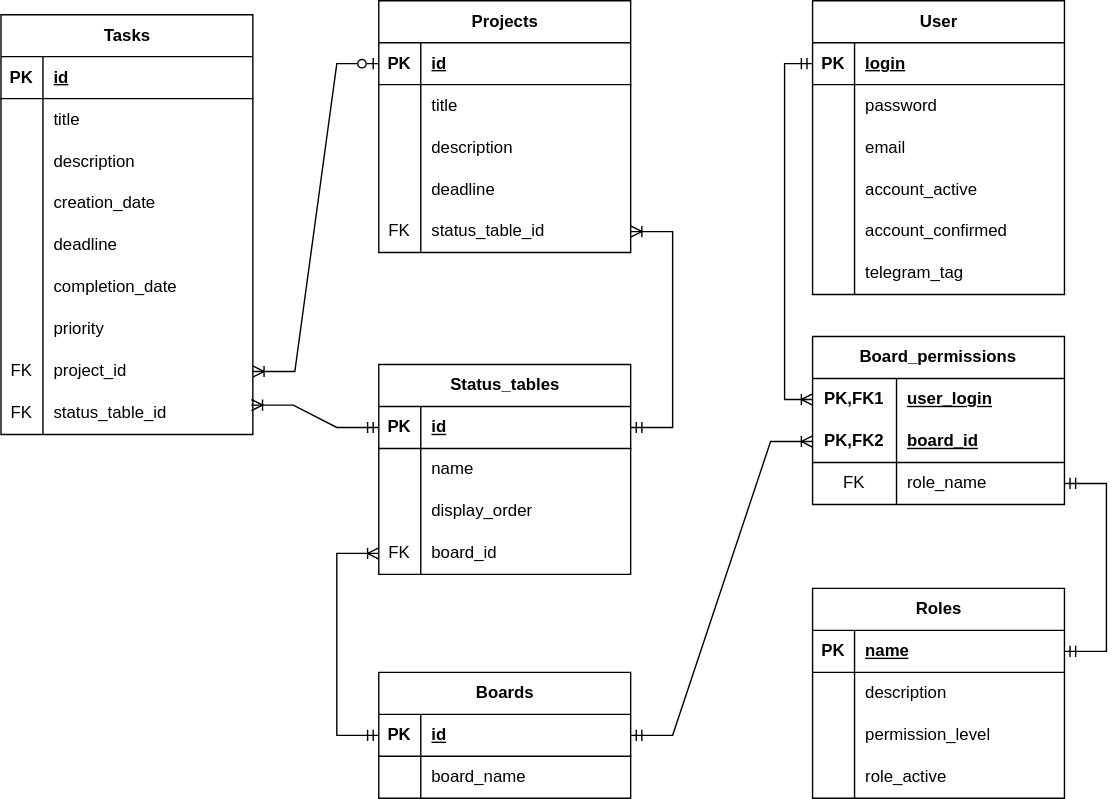
Earlier version of the draw.io export documentation/dataSchemas/LogicalSchema.svg (Leerv474/PeachNote). Source tidied: cells renumbered, new cells last; positions are measured from the earlier drawing's top-left corner, leaving out a move shared by most shapes.
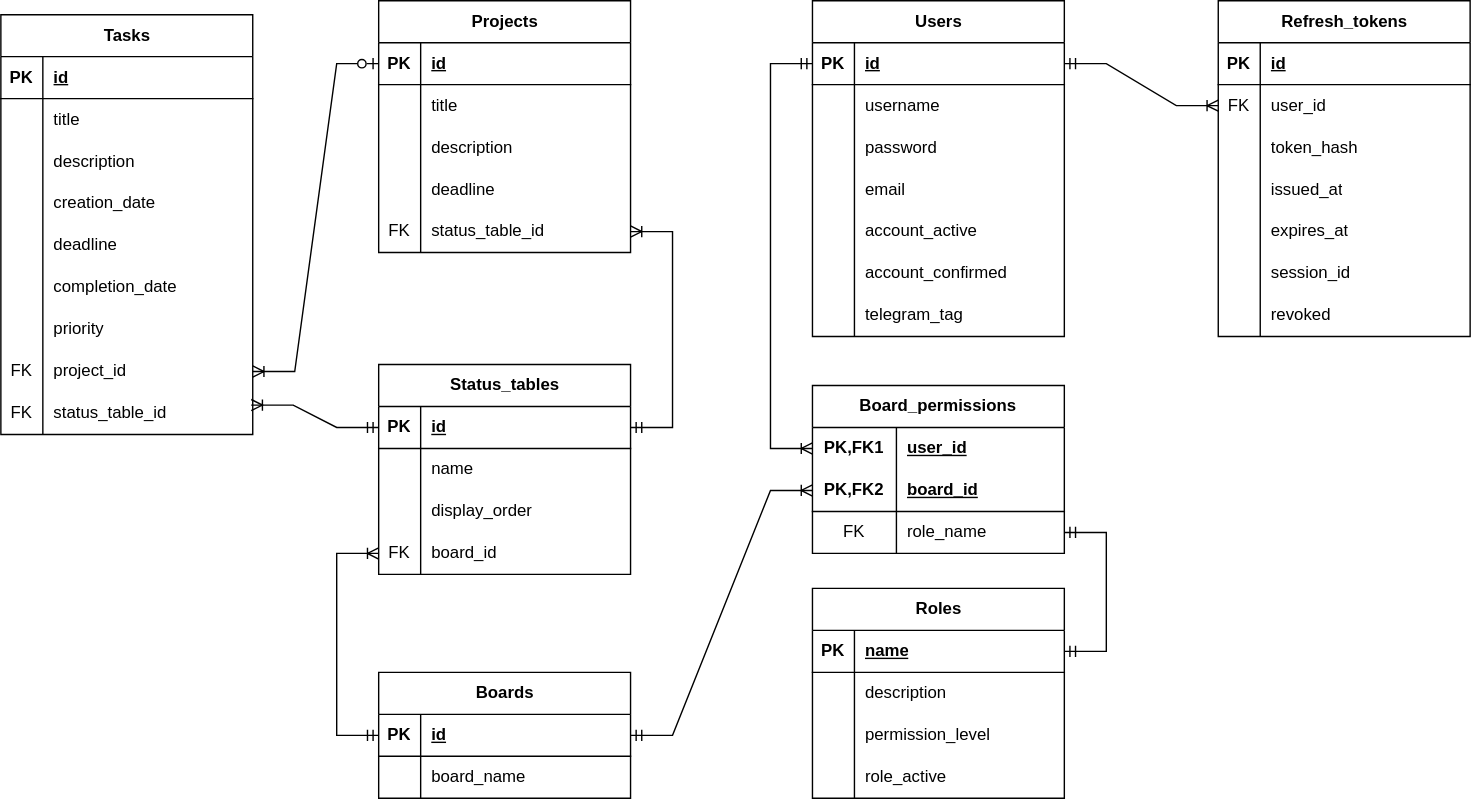
After the change.

Change to the diagram source:
```diff
@@ -173,8 +173,8 @@
     <mxCell id="58" value="board_id" style="shape=partialRectangle;fillColor=none;top=0;left=0;bottom=0;right=0;align=left;spacingLeft=6;overflow=hidden;whiteSpace=wrap;html=1;" parent="56" vertex="1">
       <mxGeometry x="30" width="150" height="30" as="geometry" />
     </mxCell>
-    <mxCell id="59" value="User" style="shape=table;startSize=30;rowLines=0;fontStyle=1;align=center;html=1;" parent="1" vertex="1">
-      <mxGeometry x="580" width="180" height="210" as="geometry" />
+    <mxCell id="59" value="Users" style="shape=table;startSize=30;rowLines=0;fontStyle=1;align=center;html=1;" parent="1" vertex="1">
+      <mxGeometry x="580" width="180" height="240" as="geometry" />
     </mxCell>
     <mxCell id="60" style="shape=tableRow;horizontal=0;startSize=0;swimlaneHead=0;swimlaneBody=0;fillColor=none;points=[[0,0.5],[1,0.5]];portConstraint=eastwest;top=0;left=0;right=0;bottom=1;" parent="59" vertex="1">
       <mxGeometry y="30" width="180" height="30" as="geometry" />
@@ -182,11 +182,20 @@
     <mxCell id="61" value="PK" style="shape=partialRectangle;fillColor=none;top=0;left=0;bottom=0;right=0;fontStyle=1;overflow=hidden;whiteSpace=wrap;html=1;" parent="60" vertex="1">
       <mxGeometry width="30" height="30" as="geometry" />
     </mxCell>
-    <mxCell id="62" value="login" style="shape=partialRectangle;fillColor=none;top=0;left=0;bottom=0;right=0;align=left;spacingLeft=6;fontStyle=5;overflow=hidden;whiteSpace=wrap;html=1;" parent="60" vertex="1">
+    <mxCell id="62" value="id" style="shape=partialRectangle;fillColor=none;top=0;left=0;bottom=0;right=0;align=left;spacingLeft=6;fontStyle=5;overflow=hidden;whiteSpace=wrap;html=1;" parent="60" vertex="1">
       <mxGeometry x="30" width="150" height="30" as="geometry" />
     </mxCell>
+    <mxCell id="115" style="shape=tableRow;horizontal=0;startSize=0;swimlaneHead=0;swimlaneBody=0;fillColor=none;top=0;left=0;right=0;bottom=0;" parent="59" vertex="1">
+      <mxGeometry y="60" width="180" height="30" as="geometry" />
+    </mxCell>
+    <mxCell id="116" style="shape=partialRectangle;fillColor=none;top=0;left=0;bottom=0;right=0;overflow=hidden;whiteSpace=wrap;html=1;" parent="115" vertex="1">
+      <mxGeometry width="30" height="30" as="geometry" />
+    </mxCell>
+    <mxCell id="117" value="username" style="shape=partialRectangle;fillColor=none;top=0;left=0;bottom=0;right=0;align=left;spacingLeft=6;overflow=hidden;whiteSpace=wrap;html=1;" parent="115" vertex="1">
+      <mxGeometry x="30" width="150" height="30" as="geometry" />
+    </mxCell>
     <mxCell id="63" style="shape=tableRow;horizontal=0;startSize=0;swimlaneHead=0;swimlaneBody=0;fillColor=none;top=0;left=0;right=0;bottom=0;" parent="59" vertex="1">
-      <mxGeometry y="60" width="180" height="30" as="geometry" />
+      <mxGeometry y="90" width="180" height="30" as="geometry" />
     </mxCell>
     <mxCell id="64" style="shape=partialRectangle;fillColor=none;top=0;left=0;bottom=0;right=0;overflow=hidden;whiteSpace=wrap;html=1;" parent="63" vertex="1">
       <mxGeometry width="30" height="30" as="geometry" />
@@ -195,7 +204,7 @@
       <mxGeometry x="30" width="150" height="30" as="geometry" />
     </mxCell>
     <mxCell id="66" style="shape=tableRow;horizontal=0;startSize=0;swimlaneHead=0;swimlaneBody=0;fillColor=none;top=0;left=0;right=0;bottom=0;" parent="59" vertex="1">
-      <mxGeometry y="90" width="180" height="30" as="geometry" />
+      <mxGeometry y="120" width="180" height="30" as="geometry" />
     </mxCell>
     <mxCell id="67" style="shape=partialRectangle;fillColor=none;top=0;left=0;bottom=0;right=0;overflow=hidden;whiteSpace=wrap;html=1;" parent="66" vertex="1">
       <mxGeometry width="30" height="30" as="geometry" />
@@ -204,7 +213,7 @@
       <mxGeometry x="30" width="150" height="30" as="geometry" />
     </mxCell>
     <mxCell id="69" style="shape=tableRow;horizontal=0;startSize=0;swimlaneHead=0;swimlaneBody=0;fillColor=none;top=0;left=0;right=0;bottom=0;" parent="59" vertex="1">
-      <mxGeometry y="120" width="180" height="30" as="geometry" />
+      <mxGeometry y="150" width="180" height="30" as="geometry" />
     </mxCell>
     <mxCell id="70" style="shape=partialRectangle;fillColor=none;top=0;left=0;bottom=0;right=0;overflow=hidden;whiteSpace=wrap;html=1;" parent="69" vertex="1">
       <mxGeometry width="30" height="30" as="geometry" />
@@ -213,7 +222,7 @@
       <mxGeometry x="30" width="150" height="30" as="geometry" />
     </mxCell>
     <mxCell id="72" style="shape=tableRow;horizontal=0;startSize=0;swimlaneHead=0;swimlaneBody=0;fillColor=none;top=0;left=0;right=0;bottom=0;" parent="59" vertex="1">
-      <mxGeometry y="150" width="180" height="30" as="geometry" />
+      <mxGeometry y="180" width="180" height="30" as="geometry" />
     </mxCell>
     <mxCell id="73" style="shape=partialRectangle;fillColor=none;top=0;left=0;bottom=0;right=0;overflow=hidden;whiteSpace=wrap;html=1;" parent="72" vertex="1">
       <mxGeometry width="30" height="30" as="geometry" />
@@ -222,7 +231,7 @@
       <mxGeometry x="30" width="150" height="30" as="geometry" />
     </mxCell>
     <mxCell id="75" style="shape=tableRow;horizontal=0;startSize=0;swimlaneHead=0;swimlaneBody=0;fillColor=none;top=0;left=0;right=0;bottom=0;" parent="59" vertex="1">
-      <mxGeometry y="180" width="180" height="30" as="geometry" />
+      <mxGeometry y="210" width="180" height="30" as="geometry" />
     </mxCell>
     <mxCell id="76" style="shape=partialRectangle;fillColor=none;top=0;left=0;bottom=0;right=0;overflow=hidden;whiteSpace=wrap;html=1;" parent="75" vertex="1">
       <mxGeometry width="30" height="30" as="geometry" />
@@ -269,7 +278,7 @@
       </mxGeometry>
     </mxCell>
     <mxCell id="89" value="Board_permissions" style="shape=table;startSize=30;rowLines=0;fontStyle=1;align=center;html=1;whiteSpace=wrap;" parent="1" vertex="1">
-      <mxGeometry x="580" y="240" width="180" height="120" as="geometry" />
+      <mxGeometry x="580" y="275" width="180" height="120" as="geometry" />
     </mxCell>
     <mxCell id="90" style="shape=tableRow;horizontal=0;startSize=0;swimlaneHead=0;swimlaneBody=0;fillColor=none;points=[[0,0.5],[1,0.5]];portConstraint=eastwest;top=0;left=0;right=0;bottom=0;html=1;" parent="89" vertex="1">
       <mxGeometry y="30" width="180" height="30" as="geometry" />
@@ -277,7 +286,7 @@
     <mxCell id="91" value="PK,FK1" style="shape=partialRectangle;fillColor=none;top=0;left=0;bottom=0;right=0;fontStyle=1;overflow=hidden;html=1;whiteSpace=wrap;" parent="90" vertex="1">
       <mxGeometry width="60" height="30" as="geometry" />
     </mxCell>
-    <mxCell id="92" value="user_login" style="shape=partialRectangle;fillColor=none;top=0;left=0;bottom=0;right=0;align=left;spacingLeft=6;fontStyle=5;overflow=hidden;html=1;whiteSpace=wrap;" parent="90" vertex="1">
+    <mxCell id="92" value="user_id" style="shape=partialRectangle;fillColor=none;top=0;left=0;bottom=0;right=0;align=left;spacingLeft=6;fontStyle=5;overflow=hidden;html=1;whiteSpace=wrap;" parent="90" vertex="1">
       <mxGeometry x="60" width="120" height="30" as="geometry" />
     </mxCell>
     <mxCell id="93" style="shape=tableRow;horizontal=0;startSize=0;swimlaneHead=0;swimlaneBody=0;fillColor=none;points=[[0,0.5],[1,0.5]];portConstraint=eastwest;top=0;left=0;right=0;bottom=1;html=1;" parent="89" vertex="1">
@@ -301,8 +310,8 @@
     <mxCell id="99" style="edgeStyle=orthogonalEdgeStyle;fontSize=12;html=1;endArrow=ERoneToMany;rounded=0;exitX=0;exitY=0.5;exitDx=0;exitDy=0;entryX=0;entryY=0.5;entryDx=0;entryDy=0;startArrow=ERmandOne;startFill=0;" parent="1" edge="1" source="60" target="90">
       <mxGeometry relative="1" as="geometry">
         <Array as="points">
-          <mxPoint x="560" y="45" />
-          <mxPoint x="560" y="285" />
+          <mxPoint x="550" y="45" />
+          <mxPoint x="550" y="320" />
         </Array>
       </mxGeometry>
     </mxCell>
@@ -351,5 +360,74 @@
     <mxCell id="114" style="edgeStyle=entityRelationEdgeStyle;fontSize=12;html=1;endArrow=ERmandOne;startArrow=ERmandOne;rounded=0;entryX=1;entryY=0.5;entryDx=0;entryDy=0;exitX=1;exitY=0.5;exitDx=0;exitDy=0;" parent="1" edge="1" source="102" target="96">
       <mxGeometry relative="1" as="geometry" />
     </mxCell>
+    <mxCell id="118" value="Refresh_tokens" style="shape=table;startSize=30;rowLines=0;fontStyle=1;align=center;html=1;" parent="1" vertex="1">
+      <mxGeometry x="870" width="180" height="240" as="geometry" />
+    </mxCell>
+    <mxCell id="119" style="shape=tableRow;horizontal=0;startSize=0;swimlaneHead=0;swimlaneBody=0;fillColor=none;top=0;left=0;right=0;bottom=1;" parent="118" vertex="1">
+      <mxGeometry y="30" width="180" height="30" as="geometry" />
+    </mxCell>
+    <mxCell id="120" value="PK" style="shape=partialRectangle;fillColor=none;top=0;left=0;bottom=0;right=0;fontStyle=1;overflow=hidden;whiteSpace=wrap;html=1;" parent="119" vertex="1">
+      <mxGeometry width="30" height="30" as="geometry" />
+    </mxCell>
+    <mxCell id="121" value="id" style="shape=partialRectangle;fillColor=none;top=0;left=0;bottom=0;right=0;align=left;spacingLeft=6;fontStyle=5;overflow=hidden;whiteSpace=wrap;html=1;" parent="119" vertex="1">
+      <mxGeometry x="30" width="150" height="30" as="geometry" />
+    </mxCell>
+    <mxCell id="122" style="shape=tableRow;horizontal=0;startSize=0;swimlaneHead=0;swimlaneBody=0;fillColor=none;points=[[0,0.5],[1,0.5]];portConstraint=eastwest;top=0;left=0;right=0;bottom=0;" parent="118" vertex="1">
+      <mxGeometry y="60" width="180" height="30" as="geometry" />
+    </mxCell>
+    <mxCell id="123" value="FK" style="shape=partialRectangle;fillColor=none;top=0;left=0;bottom=0;right=0;overflow=hidden;whiteSpace=wrap;html=1;" parent="122" vertex="1">
+      <mxGeometry width="30" height="30" as="geometry" />
+    </mxCell>
+    <mxCell id="124" value="user_id" style="shape=partialRectangle;fillColor=none;top=0;left=0;bottom=0;right=0;align=left;spacingLeft=6;overflow=hidden;whiteSpace=wrap;html=1;" parent="122" vertex="1">
+      <mxGeometry x="30" width="150" height="30" as="geometry" />
+    </mxCell>
+    <mxCell id="125" style="shape=tableRow;horizontal=0;startSize=0;swimlaneHead=0;swimlaneBody=0;fillColor=none;top=0;left=0;right=0;bottom=0;" parent="118" vertex="1">
+      <mxGeometry y="90" width="180" height="30" as="geometry" />
+    </mxCell>
+    <mxCell id="126" style="shape=partialRectangle;fillColor=none;top=0;left=0;bottom=0;right=0;overflow=hidden;whiteSpace=wrap;html=1;" parent="125" vertex="1">
+      <mxGeometry width="30" height="30" as="geometry" />
+    </mxCell>
+    <mxCell id="127" value="token_hash" style="shape=partialRectangle;fillColor=none;top=0;left=0;bottom=0;right=0;align=left;spacingLeft=6;overflow=hidden;whiteSpace=wrap;html=1;" parent="125" vertex="1">
+      <mxGeometry x="30" width="150" height="30" as="geometry" />
+    </mxCell>
+    <mxCell id="128" style="shape=tableRow;horizontal=0;startSize=0;swimlaneHead=0;swimlaneBody=0;fillColor=none;top=0;left=0;right=0;bottom=0;" parent="118" vertex="1">
+      <mxGeometry y="120" width="180" height="30" as="geometry" />
+    </mxCell>
+    <mxCell id="129" style="shape=partialRectangle;fillColor=none;top=0;left=0;bottom=0;right=0;overflow=hidden;whiteSpace=wrap;html=1;" parent="128" vertex="1">
+      <mxGeometry width="30" height="30" as="geometry" />
+    </mxCell>
+    <mxCell id="130" value="issued_at" style="shape=partialRectangle;fillColor=none;top=0;left=0;bottom=0;right=0;align=left;spacingLeft=6;overflow=hidden;whiteSpace=wrap;html=1;" parent="128" vertex="1">
+      <mxGeometry x="30" width="150" height="30" as="geometry" />
+    </mxCell>
+    <mxCell id="131" style="shape=tableRow;horizontal=0;startSize=0;swimlaneHead=0;swimlaneBody=0;fillColor=none;top=0;left=0;right=0;bottom=0;" parent="118" vertex="1">
+      <mxGeometry y="150" width="180" height="30" as="geometry" />
+    </mxCell>
+    <mxCell id="132" style="shape=partialRectangle;fillColor=none;top=0;left=0;bottom=0;right=0;overflow=hidden;whiteSpace=wrap;html=1;" parent="131" vertex="1">
+      <mxGeometry width="30" height="30" as="geometry" />
+    </mxCell>
+    <mxCell id="133" value="expires_at" style="shape=partialRectangle;fillColor=none;top=0;left=0;bottom=0;right=0;align=left;spacingLeft=6;overflow=hidden;whiteSpace=wrap;html=1;" parent="131" vertex="1">
+      <mxGeometry x="30" width="150" height="30" as="geometry" />
+    </mxCell>
+    <mxCell id="134" style="shape=tableRow;horizontal=0;startSize=0;swimlaneHead=0;swimlaneBody=0;fillColor=none;top=0;left=0;right=0;bottom=0;" parent="118" vertex="1">
+      <mxGeometry y="180" width="180" height="30" as="geometry" />
+    </mxCell>
+    <mxCell id="135" style="shape=partialRectangle;fillColor=none;top=0;left=0;bottom=0;right=0;overflow=hidden;whiteSpace=wrap;html=1;" parent="134" vertex="1">
+      <mxGeometry width="30" height="30" as="geometry" />
+    </mxCell>
+    <mxCell id="136" value="session_id" style="shape=partialRectangle;fillColor=none;top=0;left=0;bottom=0;right=0;align=left;spacingLeft=6;overflow=hidden;whiteSpace=wrap;html=1;" parent="134" vertex="1">
+      <mxGeometry x="30" width="150" height="30" as="geometry" />
+    </mxCell>
+    <mxCell id="137" style="shape=tableRow;horizontal=0;startSize=0;swimlaneHead=0;swimlaneBody=0;fillColor=none;top=0;left=0;right=0;bottom=0;" parent="118" vertex="1">
+      <mxGeometry y="210" width="180" height="30" as="geometry" />
+    </mxCell>
+    <mxCell id="138" style="shape=partialRectangle;fillColor=none;top=0;left=0;bottom=0;right=0;overflow=hidden;whiteSpace=wrap;html=1;" parent="137" vertex="1">
+      <mxGeometry width="30" height="30" as="geometry" />
+    </mxCell>
+    <mxCell id="139" value="revoked" style="shape=partialRectangle;fillColor=none;top=0;left=0;bottom=0;right=0;align=left;spacingLeft=6;overflow=hidden;whiteSpace=wrap;html=1;" parent="137" vertex="1">
+      <mxGeometry x="30" width="150" height="30" as="geometry" />
+    </mxCell>
+    <mxCell id="140" style="edgeStyle=entityRelationEdgeStyle;fontSize=12;html=1;endArrow=ERoneToMany;rounded=0;exitX=1;exitY=0.5;exitDx=0;exitDy=0;entryX=0;entryY=0.5;entryDx=0;entryDy=0;startArrow=ERmandOne;startFill=0;" parent="1" edge="1" source="60" target="122">
+      <mxGeometry relative="1" as="geometry" />
+    </mxCell>
   </root>
 </mxGraphModel>
```
